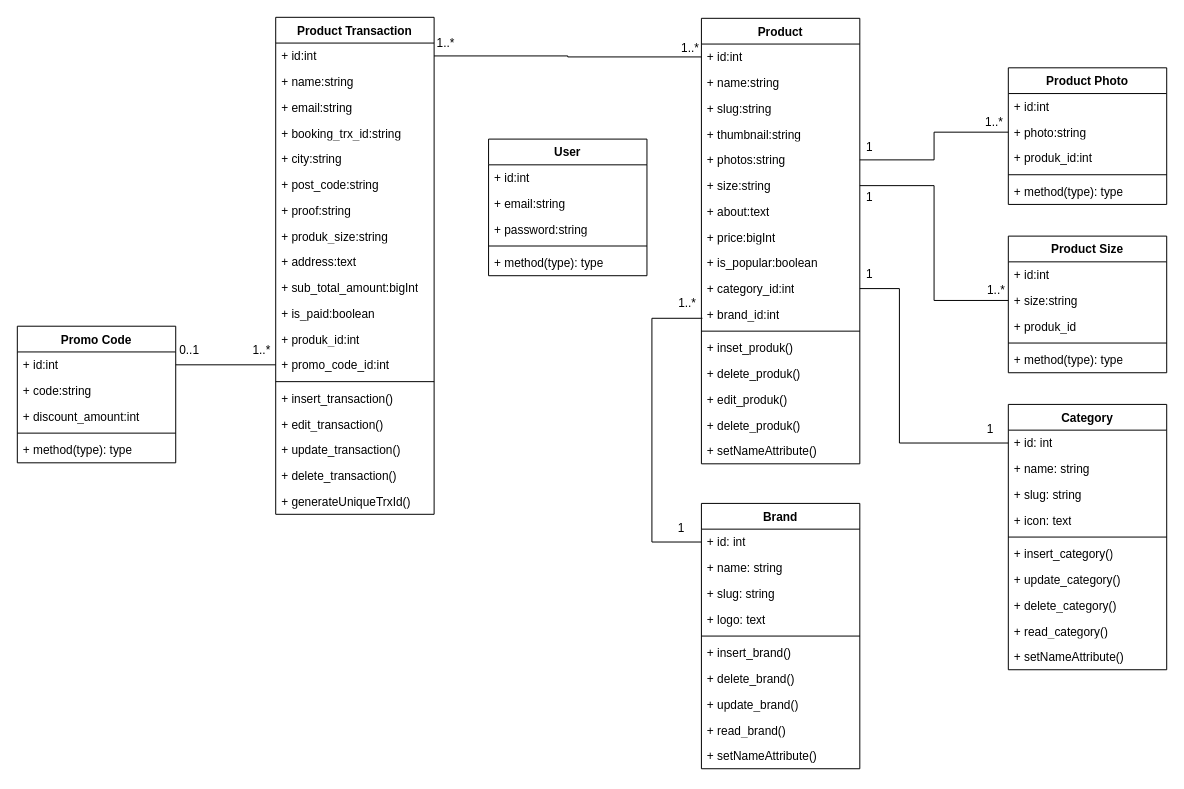
Mahklvk/competency-test keeps this draw.io diagram as UML/classDiagram.drawio. Above is the earlier version. Source tidied: cells renumbered, new cells numbered last; positions are measured from the earlier drawing's top-left corner, leaving out a move shared by most shapes. Both pictures are drawn from the tidied source at 99%, with x=0, y=0 at pixel (17, 17).
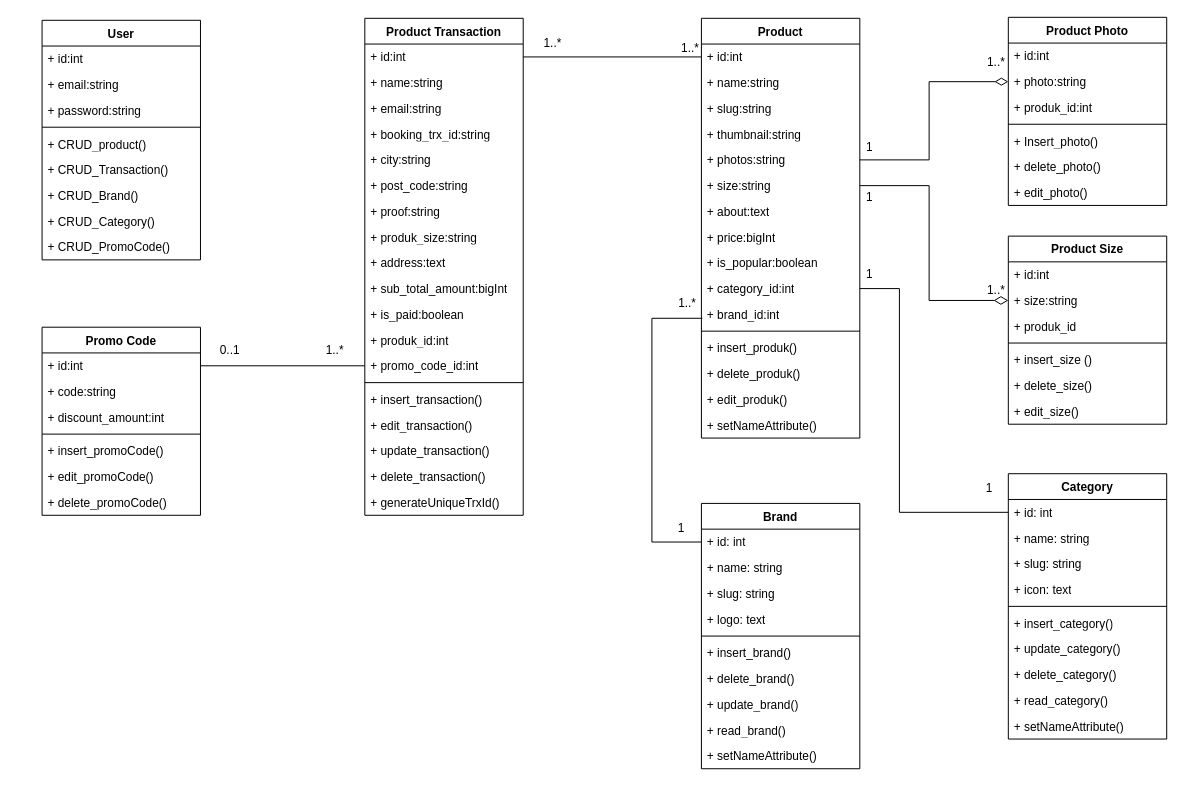
Above is the later version.

Unchanged cells that the change refers to:
```xml
<mxCell id="14" value="+ id: int" style="text;strokeColor=none;fillColor=none;align=left;verticalAlign=top;spacingLeft=4;spacingRight=4;overflow=hidden;points=[[0,0.5],[1,0.5]];portConstraint=eastwest;whiteSpace=wrap;html=1;" parent="13" vertex="1">
  <mxGeometry y="26" width="160" height="26" as="geometry" />
</mxCell>
<mxCell id="49" value="+ photos:string" style="text;strokeColor=none;fillColor=none;align=left;verticalAlign=top;spacingLeft=4;spacingRight=4;overflow=hidden;points=[[0,0.5],[1,0.5]];portConstraint=eastwest;whiteSpace=wrap;html=1;" parent="44" vertex="1">
  <mxGeometry y="130" width="160" height="26" as="geometry" />
</mxCell>
<mxCell id="50" value="+ size:string" style="text;strokeColor=none;fillColor=none;align=left;verticalAlign=top;spacingLeft=4;spacingRight=4;overflow=hidden;points=[[0,0.5],[1,0.5]];portConstraint=eastwest;whiteSpace=wrap;html=1;" parent="44" vertex="1">
  <mxGeometry y="156" width="160" height="26" as="geometry" />
</mxCell>
<mxCell id="54" value="+ category_id:int" style="text;strokeColor=none;fillColor=none;align=left;verticalAlign=top;spacingLeft=4;spacingRight=4;overflow=hidden;points=[[0,0.5],[1,0.5]];portConstraint=eastwest;whiteSpace=wrap;html=1;" parent="44" vertex="1">
  <mxGeometry y="260" width="160" height="26" as="geometry" />
</mxCell>
<mxCell id="64" value="+ photo:string" style="text;strokeColor=none;fillColor=none;align=left;verticalAlign=top;spacingLeft=4;spacingRight=4;overflow=hidden;points=[[0,0.5],[1,0.5]];portConstraint=eastwest;whiteSpace=wrap;html=1;" parent="62" vertex="1">
  <mxGeometry y="52" width="160" height="26" as="geometry" />
</mxCell>
<mxCell id="70" value="+ size:string" style="text;strokeColor=none;fillColor=none;align=left;verticalAlign=top;spacingLeft=4;spacingRight=4;overflow=hidden;points=[[0,0.5],[1,0.5]];portConstraint=eastwest;whiteSpace=wrap;html=1;" parent="68" vertex="1">
  <mxGeometry y="52" width="160" height="26" as="geometry" />
</mxCell>
```

What changed in the source:
```diff
@@
     <mxCell id="13" value="Category" style="swimlane;fontStyle=1;align=center;verticalAlign=top;horizontal=1;startSize=26;whiteSpace=wrap;html=1;" parent="1" vertex="1">
-      <mxGeometry x="1001" y="391" width="160" height="268" as="geometry" />
+      <mxGeometry x="1001" y="461" width="160" height="268" as="geometry" />
     </mxCell>
@@
     <mxCell id="24" value="Product Transaction" style="swimlane;fontStyle=1;align=center;verticalAlign=top;horizontal=1;startSize=26;whiteSpace=wrap;html=1;" parent="1" vertex="1">
-      <mxGeometry x="261" width="160" height="502" as="geometry" />
+      <mxGeometry x="351" y="1" width="160" height="502" as="geometry" />
     </mxCell>
@@
     <mxCell id="44" value="Product" style="swimlane;fontStyle=1;align=center;verticalAlign=top;horizontal=1;startSize=26;whiteSpace=wrap;html=1;" parent="1" vertex="1">
-      <mxGeometry x="691" y="1" width="160" height="450" as="geometry" />
+      <mxGeometry x="691" y="1" width="160" height="424" as="geometry" />
     </mxCell>
@@
-    <mxCell id="57" value="+ inset_produk()" style="text;strokeColor=none;fillColor=none;align=left;verticalAlign=top;spacingLeft=4;spacingRight=4;overflow=hidden;whiteSpace=wrap;html=1;" parent="44" vertex="1">
+    <mxCell id="57" value="+ insert_produk()" style="text;strokeColor=none;fillColor=none;align=left;verticalAlign=top;spacingLeft=4;spacingRight=4;overflow=hidden;whiteSpace=wrap;html=1;" parent="44" vertex="1">
       <mxGeometry y="320" width="160" height="26" as="geometry" />
     </mxCell>
@@
-    <mxCell id="60" value="+ delete_produk()" style="text;strokeColor=none;fillColor=none;align=left;verticalAlign=top;spacingLeft=4;spacingRight=4;overflow=hidden;whiteSpace=wrap;html=1;" parent="44" vertex="1">
-      <mxGeometry y="398" width="160" height="26" as="geometry" />
-    </mxCell>
     <mxCell id="61" value="+ setNameAttribute()" style="text;strokeColor=none;fillColor=none;align=left;verticalAlign=top;spacingLeft=4;spacingRight=4;overflow=hidden;whiteSpace=wrap;html=1;" parent="44" vertex="1">
-      <mxGeometry y="424" width="160" height="26" as="geometry" />
+      <mxGeometry y="398" width="160" height="26" as="geometry" />
     </mxCell>
     <mxCell id="62" value="Product Photo" style="swimlane;fontStyle=1;align=center;verticalAlign=top;horizontal=1;startSize=26;whiteSpace=wrap;html=1;" parent="1" vertex="1">
-      <mxGeometry x="1001" y="51" width="160" height="138" as="geometry" />
+      <mxGeometry x="1001" width="160" height="190" as="geometry" />
     </mxCell>
@@
-    <mxCell id="67" value="+ method(type): type" style="text;strokeColor=none;fillColor=none;align=left;verticalAlign=top;spacingLeft=4;spacingRight=4;overflow=hidden;whiteSpace=wrap;html=1;" parent="62" vertex="1">
+    <mxCell id="67" value="+ Insert_photo()" style="text;strokeColor=none;fillColor=none;align=left;verticalAlign=top;spacingLeft=4;spacingRight=4;overflow=hidden;whiteSpace=wrap;html=1;" parent="62" vertex="1">
       <mxGeometry y="112" width="160" height="26" as="geometry" />
     </mxCell>
+    <mxCell id="104" value="+ delete_photo()" style="text;strokeColor=none;fillColor=none;align=left;verticalAlign=top;spacingLeft=4;spacingRight=4;overflow=hidden;whiteSpace=wrap;html=1;" parent="62" vertex="1">
+      <mxGeometry y="138" width="160" height="26" as="geometry" />
+    </mxCell>
+    <mxCell id="105" value="+ edit_photo()" style="text;strokeColor=none;fillColor=none;align=left;verticalAlign=top;spacingLeft=4;spacingRight=4;overflow=hidden;whiteSpace=wrap;html=1;" parent="62" vertex="1">
+      <mxGeometry y="164" width="160" height="26" as="geometry" />
+    </mxCell>
     <mxCell id="68" value="Product Size" style="swimlane;fontStyle=1;align=center;verticalAlign=top;horizontal=1;startSize=26;whiteSpace=wrap;html=1;" parent="1" vertex="1">
-      <mxGeometry x="1001" y="221" width="160" height="138" as="geometry" />
+      <mxGeometry x="1001" y="221" width="160" height="190" as="geometry" />
     </mxCell>
@@
-    <mxCell id="73" value="+ method(type): type" style="text;strokeColor=none;fillColor=none;align=left;verticalAlign=top;spacingLeft=4;spacingRight=4;overflow=hidden;whiteSpace=wrap;html=1;" parent="68" vertex="1">
-      <mxGeometry y="112" width="160" height="26" as="geometry" />
-    </mxCell>
+    <mxCell id="106" value="+ insert_size ()" style="text;strokeColor=none;fillColor=none;align=left;verticalAlign=top;spacingLeft=4;spacingRight=4;overflow=hidden;whiteSpace=wrap;html=1;" parent="68" vertex="1">
+      <mxGeometry y="112" width="160" height="26" as="geometry" />
+    </mxCell>
+    <mxCell id="107" value="+ delete_size()" style="text;strokeColor=none;fillColor=none;align=left;verticalAlign=top;spacingLeft=4;spacingRight=4;overflow=hidden;whiteSpace=wrap;html=1;" parent="68" vertex="1">
+      <mxGeometry y="138" width="160" height="26" as="geometry" />
+    </mxCell>
+    <mxCell id="108" value="+ edit_size()" style="text;strokeColor=none;fillColor=none;align=left;verticalAlign=top;spacingLeft=4;spacingRight=4;overflow=hidden;whiteSpace=wrap;html=1;" parent="68" vertex="1">
+      <mxGeometry y="164" width="160" height="26" as="geometry" />
+    </mxCell>
     <mxCell id="74" value="Promo Code" style="swimlane;fontStyle=1;align=center;verticalAlign=top;horizontal=1;startSize=26;whiteSpace=wrap;html=1;" parent="1" vertex="1">
-      <mxGeometry y="312" width="160" height="138" as="geometry" />
+      <mxGeometry x="25" y="313" width="160" height="190" as="geometry" />
     </mxCell>
@@
-    <mxCell id="79" value="+ method(type): type" style="text;strokeColor=none;fillColor=none;align=left;verticalAlign=top;spacingLeft=4;spacingRight=4;overflow=hidden;whiteSpace=wrap;html=1;" parent="74" vertex="1">
+    <mxCell id="79" value="+ insert_promoCode()" style="text;strokeColor=none;fillColor=none;align=left;verticalAlign=top;spacingLeft=4;spacingRight=4;overflow=hidden;whiteSpace=wrap;html=1;" parent="74" vertex="1">
       <mxGeometry y="112" width="160" height="26" as="geometry" />
     </mxCell>
+    <mxCell id="109" value="+ edit_promoCode()" style="text;strokeColor=none;fillColor=none;align=left;verticalAlign=top;spacingLeft=4;spacingRight=4;overflow=hidden;whiteSpace=wrap;html=1;" parent="74" vertex="1">
+      <mxGeometry y="138" width="160" height="26" as="geometry" />
+    </mxCell>
+    <mxCell id="110" value="+ delete_promoCode()" style="text;strokeColor=none;fillColor=none;align=left;verticalAlign=top;spacingLeft=4;spacingRight=4;overflow=hidden;whiteSpace=wrap;html=1;" parent="74" vertex="1">
+      <mxGeometry y="164" width="160" height="26" as="geometry" />
+    </mxCell>
     <mxCell id="80" value="User" style="swimlane;fontStyle=1;align=center;verticalAlign=top;horizontal=1;startSize=26;whiteSpace=wrap;html=1;" parent="1" vertex="1">
-      <mxGeometry x="476" y="123" width="160" height="138" as="geometry" />
+      <mxGeometry x="25" y="3" width="160" height="242" as="geometry" />
     </mxCell>
@@
-    <mxCell id="85" value="+ method(type): type" style="text;strokeColor=none;fillColor=none;align=left;verticalAlign=top;spacingLeft=4;spacingRight=4;overflow=hidden;whiteSpace=wrap;html=1;" parent="80" vertex="1">
+    <mxCell id="85" value="+ CRUD_product()" style="text;strokeColor=none;fillColor=none;align=left;verticalAlign=top;spacingLeft=4;spacingRight=4;overflow=hidden;whiteSpace=wrap;html=1;" parent="80" vertex="1">
       <mxGeometry y="112" width="160" height="26" as="geometry" />
     </mxCell>
+    <mxCell id="111" value="+ CRUD_Transaction()" style="text;strokeColor=none;fillColor=none;align=left;verticalAlign=top;spacingLeft=4;spacingRight=4;overflow=hidden;whiteSpace=wrap;html=1;" parent="80" vertex="1">
+      <mxGeometry y="138" width="160" height="26" as="geometry" />
+    </mxCell>
+    <mxCell id="112" value="+ CRUD_Brand()" style="text;strokeColor=none;fillColor=none;align=left;verticalAlign=top;spacingLeft=4;spacingRight=4;overflow=hidden;whiteSpace=wrap;html=1;" parent="80" vertex="1">
+      <mxGeometry y="164" width="160" height="26" as="geometry" />
+    </mxCell>
+    <mxCell id="113" value="+ CRUD_Category()" style="text;strokeColor=none;fillColor=none;align=left;verticalAlign=top;spacingLeft=4;spacingRight=4;overflow=hidden;whiteSpace=wrap;html=1;" parent="80" vertex="1">
+      <mxGeometry y="190" width="160" height="26" as="geometry" />
+    </mxCell>
+    <mxCell id="114" value="+ CRUD_PromoCode()" style="text;strokeColor=none;fillColor=none;align=left;verticalAlign=top;spacingLeft=4;spacingRight=4;overflow=hidden;whiteSpace=wrap;html=1;" parent="80" vertex="1">
+      <mxGeometry y="216" width="160" height="26" as="geometry" />
+    </mxCell>
-    <mxCell id="86" style="edgeStyle=orthogonalEdgeStyle;rounded=0;jettySize=auto;html=1;exitX=1;exitY=0.5;exitDx=0;exitDy=0;entryX=0;entryY=0.5;entryDx=0;entryDy=0;endArrow=none;endFill=0;" parent="1" edge="1" source="50" target="70">
+    <mxCell id="86" style="edgeStyle=orthogonalEdgeStyle;rounded=0;jettySize=auto;html=1;exitX=1;exitY=0.5;exitDx=0;exitDy=0;entryX=0;entryY=0.5;entryDx=0;entryDy=0;endArrow=diamondThin;endFill=0;endSize=12;" parent="1" edge="1" source="50" target="70">
       <mxGeometry relative="1" as="geometry" />
     </mxCell>
@@
-    <mxCell id="89" style="edgeStyle=orthogonalEdgeStyle;rounded=0;jettySize=auto;html=1;exitX=1;exitY=0.5;exitDx=0;exitDy=0;entryX=0;entryY=0.5;entryDx=0;entryDy=0;endArrow=none;endFill=0;" parent="1" edge="1" source="49" target="64">
+    <mxCell id="89" style="edgeStyle=orthogonalEdgeStyle;rounded=0;jettySize=auto;html=1;exitX=1;exitY=0.5;exitDx=0;exitDy=0;entryX=0;entryY=0.5;entryDx=0;entryDy=0;endArrow=diamondThin;endFill=0;endSize=11;" parent="1" edge="1" source="49" target="64">
       <mxGeometry relative="1" as="geometry" />
     </mxCell>
@@
     <mxCell id="91" value="1..*" style="text;html=1;whiteSpace=wrap;strokeColor=none;fillColor=none;align=center;verticalAlign=middle;rounded=0;" parent="1" vertex="1">
-      <mxGeometry x="957" y="91" width="60" height="30" as="geometry" />
+      <mxGeometry x="959" y="31" width="60" height="30" as="geometry" />
     </mxCell>
     <mxCell id="92" style="edgeStyle=orthogonalEdgeStyle;rounded=0;jettySize=auto;html=1;exitX=1;exitY=0.5;exitDx=0;exitDy=0;entryX=0;entryY=0.5;entryDx=0;entryDy=0;endArrow=none;endFill=0;" parent="1" edge="1" source="54" target="14">
       <mxGeometry relative="1" as="geometry">
         <Array as="points">
           <mxPoint x="891" y="274" />
-          <mxPoint x="891" y="430" />
+          <mxPoint x="891" y="500" />
         </Array>
       </mxGeometry>
     </mxCell>
@@
     <mxCell id="94" value="1" style="text;html=1;whiteSpace=wrap;strokeColor=none;fillColor=none;align=center;verticalAlign=middle;rounded=0;" parent="1" vertex="1">
-      <mxGeometry x="953" y="401" width="60" height="30" as="geometry" />
+      <mxGeometry x="952" y="461" width="60" height="30" as="geometry" />
     </mxCell>
@@
     <mxCell id="101" value="1..*" style="text;html=1;whiteSpace=wrap;strokeColor=none;fillColor=none;align=center;verticalAlign=middle;rounded=0;" parent="1" vertex="1">
-      <mxGeometry x="403" y="11" width="60" height="30" as="geometry" />
+      <mxGeometry x="511" y="11" width="60" height="30" as="geometry" />
     </mxCell>
     <mxCell id="102" value="0..1" style="text;html=1;whiteSpace=wrap;strokeColor=none;fillColor=none;align=center;verticalAlign=middle;rounded=0;" parent="1" vertex="1">
-      <mxGeometry x="144" y="322" width="60" height="30" as="geometry" />
+      <mxGeometry x="185" y="322" width="60" height="30" as="geometry" />
     </mxCell>
     <mxCell id="103" value="1..*" style="text;html=1;whiteSpace=wrap;strokeColor=none;fillColor=none;align=center;verticalAlign=middle;rounded=0;" parent="1" vertex="1">
-      <mxGeometry x="217" y="322" width="60" height="30" as="geometry" />
+      <mxGeometry x="291" y="322" width="60" height="30" as="geometry" />
     </mxCell>
```
